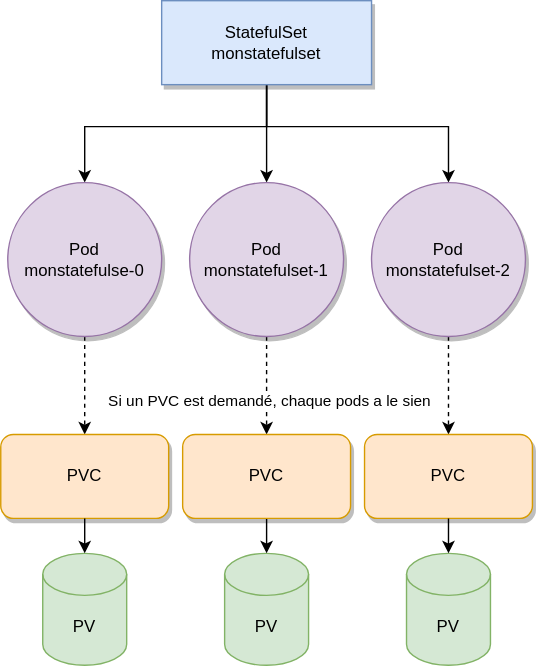
obeyler/Formation-K8S keeps this draw.io diagram as images/statefulset.svg. Above is the earlier version. Source tidied: cells renumbered, new cells last; positions are measured from the earlier drawing's top-left corner, leaving out a move shared by most shapes.
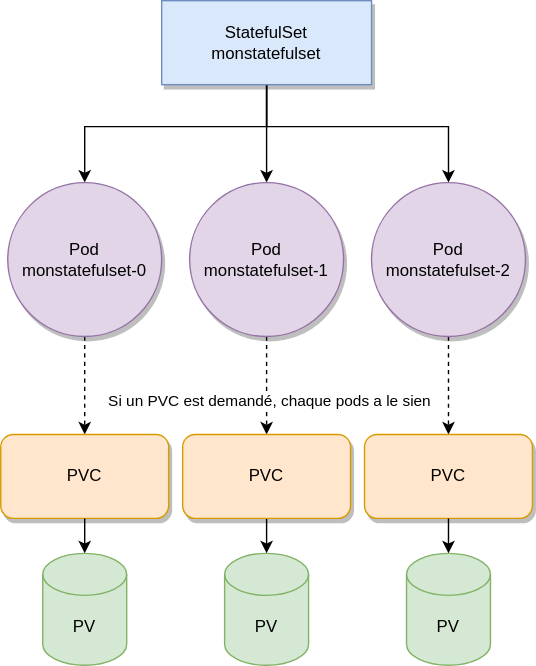
Later version of the same file.

Commit message:
add schema for statefulset

The edit, as a diff of the source:
```diff
@@ -27,7 +27,7 @@
     <mxCell id="6" style="rounded=0;jettySize=auto;html=1;dashed=1;entryX=0.5;entryY=0;entryDx=0;entryDy=0;" parent="1" edge="1" source="7" target="16">
       <mxGeometry relative="1" as="geometry" />
     </mxCell>
-    <mxCell id="7" value="Pod&lt;br&gt;&lt;span style=&quot;color: rgba(0 , 0 , 0 , 0) ; font-family: monospace ; font-size: 0px&quot;&gt;%3CmxGraphModel%3E%3Croot%3E%3CmxCell%20id%3D%220%22%2F%3E%3CmxCell%20id%3D%221%22%20parent%3D%220%22%2F%3E%3CmxCell%20id%3D%222%22%20style%3D%22edgeStyle%3DorthogonalEdgeStyle%3Brounded%3D0%3BorthogonalLoop%3D1%3BjettySize%3Dauto%3Bhtml%3D1%3BexitX%3D0.5%3BexitY%3D1%3BexitDx%3D0%3BexitDy%3D0%3B%22%20edge%3D%221%22%20source%3D%225%22%20target%3D%229%22%20parent%3D%221%22%3E%3CmxGeometry%20relative%3D%221%22%20as%3D%22geometry%22%3E%3CmxPoint%20x%3D%22414%22%20y%3D%22210%22%20as%3D%22sourcePoint%22%2F%3E%3C%2FmxGeometry%3E%3C%2FmxCell%3E%3CmxCell%20id%3D%223%22%20style%3D%22edgeStyle%3DorthogonalEdgeStyle%3Brounded%3D0%3BorthogonalLoop%3D1%3BjettySize%3Dauto%3Bhtml%3D1%3BexitX%3D0.5%3BexitY%3D1%3BexitDx%3D0%3BexitDy%3D0%3BentryX%3D0.5%3BentryY%3D0%3BentryDx%3D0%3BentryDy%3D0%3B%22%20edge%3D%221%22%20source%3D%225%22%20target%3D%2210%22%20parent%3D%221%22%3E%3CmxGeometry%20relative%3D%221%22%20as%3D%22geometry%22%2F%3E%3C%2FmxCell%3E%3CmxCell%20id%3D%224%22%20style%3D%22edgeStyle%3DorthogonalEdgeStyle%3Brounded%3D0%3BorthogonalLoop%3D1%3BjettySize%3Dauto%3Bhtml%3D1%3BentryX%3D0.5%3BentryY%3D0%3BentryDx%3D0%3BentryDy%3D0%3BexitX%3D0.5%3BexitY%3D1%3BexitDx%3D0%3BexitDy%3D0%3B%22%20edge%3D%221%22%20source%3D%225%22%20target%3D%2213%22%20parent%3D%221%22%3E%3CmxGeometry%20relative%3D%221%22%20as%3D%22geometry%22%3E%3CmxPoint%20x%3D%22460%22%20y%3D%22200%22%20as%3D%22sourcePoint%22%2F%3E%3C%2FmxGeometry%3E%3C%2FmxCell%3E%3CmxCell%20id%3D%225%22%20value%3D%22Deployment%26lt%3Bbr%26gt%3Bmondeploiement%22%20style%3D%22rounded%3D0%3BwhiteSpace%3Dwrap%3Bhtml%3D1%3BfillColor%3D%23dae8fc%3BstrokeColor%3D%236c8ebf%3Bshadow%3D1%3B%22%20vertex%3D%221%22%20parent%3D%221%22%3E%3CmxGeometry%20x%3D%22354%22%20y%3D%22110%22%20width%3D%22120%22%20height%3D%2260%22%20as%3D%22geometry%22%2F%3E%3C%2FmxCell%3E%3CmxCell%20id%3D%226%22%20style%3D%22edgeStyle%3DorthogonalEdgeStyle%3Brounded%3D0%3BorthogonalLoop%3D1%3BjettySize%3Dauto%3Bhtml%3D1%3BentryX%3D0.5%3BentryY%3D0%3BentryDx%3D0%3BentryDy%3D0%3B%22%20edge%3D%221%22%20source%3D%229%22%20target%3D%2212%22%20parent%3D%221%22%3E%3CmxGeometry%20relative%3D%221%22%20as%3D%22geometry%22%3E%3CArray%20as%3D%22points%22%3E%3CmxPoint%20x%3D%22245%22%20y%3D%22320%22%2F%3E%3CmxPoint%20x%3D%22115%22%20y%3D%22320%22%2F%3E%3C%2FArray%3E%3C%2FmxGeometry%3E%3C%2FmxCell%3E%3CmxCell%20id%3D%227%22%20style%3D%22edgeStyle%3DorthogonalEdgeStyle%3Brounded%3D0%3BorthogonalLoop%3D1%3BjettySize%3Dauto%3Bhtml%3D1%3BexitX%3D0.5%3BexitY%3D1%3BexitDx%3D0%3BexitDy%3D0%3BentryX%3D0.5%3BentryY%3D0%3BentryDx%3D0%3BentryDy%3D0%3B%22%20edge%3D%221%22%20source%3D%229%22%20target%3D%2216%22%20parent%3D%221%22%3E%3CmxGeometry%20relative%3D%221%22%20as%3D%22geometry%22%2F%3E%3C%2FmxCell%3E%3CmxCell%20id%3D%228%22%20style%3D%22edgeStyle%3DorthogonalEdgeStyle%3Brounded%3D0%3BorthogonalLoop%3D1%3BjettySize%3Dauto%3Bhtml%3D1%3BexitX%3D0.5%3BexitY%3D1%3BexitDx%3D0%3BexitDy%3D0%3BentryX%3D0.5%3BentryY%3D0%3BentryDx%3D0%3BentryDy%3D0%3B%22%20edge%3D%221%22%20source%3D%229%22%20target%3D%2218%22%20parent%3D%221%22%3E%3CmxGeometry%20relative%3D%221%22%20as%3D%22geometry%22%3E%3CArray%20as%3D%22points%22%3E%3CmxPoint%20x%3D%22245%22%20y%3D%22320%22%2F%3E%3CmxPoint%20x%3D%22375%22%20y%3D%22320%22%2F%3E%3C%2FArray%3E%3C%2FmxGeometry%3E%3C%2FmxCell%3E%3CmxCell%20id%3D%229%22%20value%3D%22ReplicaSet%26lt%3Bbr%26gt%3Bmondeploiement-123HJ%22%20style%3D%22rounded%3D1%3BwhiteSpace%3Dwrap%3Bhtml%3D1%3BfillColor%3D%23fff2cc%3BstrokeColor%3D%23d6b656%3Bshadow%3D1%3Bglass%3D0%3B%22%20vertex%3D%221%22%20parent%3D%221%22%3E%3CmxGeometry%20x%3D%22170%22%20y%3D%22230%22%20width%3D%22150%22%20height%3D%2260%22%20as%3D%22geometry%22%2F%3E%3C%2FmxCell%3E%3CmxCell%20id%3D%2210%22%20value%3D%22ReplicaSet%26lt%3Bbr%26gt%3Bmondeploiement-234HC%22%20style%3D%22rounded%3D1%3BwhiteSpace%3Dwrap%3Bhtml%3D1%3BfillColor%3D%23fff2cc%3BstrokeColor%3D%23d6b656%3Bshadow%3D1%3B%22%20vertex%3D%221%22%20parent%3D%221%22%3E%3CmxGeometry%20x%3D%22339%22%20y%3D%22230%22%20width%3D%22150%22%20height%3D%2260%22%20as%3D%22geometry%22%2F%3E%3C%2FmxCell%3E%3CmxCell%20id%3D%2211%22%20style%3D%22rounded%3D0%3BorthogonalLoop%3D1%3BjettySize%3Dauto%3Bhtml%3D1%3Bdashed%3D1%3B%22%20edge%3D%221%22%20source%3D%2212%22%20target%3D%2224%22%20parent%3D%221%22%3E%3CmxGeometry%20relative%3D%221%22%20as%3D%22geometry%22%2F%3E%3C%2FmxCell%3E%3CmxCell%20id%3D%2212%22%20value%3D%22Pod%26lt%3Bbr%26gt%3Bmondeploiement-123HJ-AZ34A%22%20style%3D%22ellipse%3BwhiteSpace%3Dwrap%3Bhtml%3D1%3Baspect%3Dfixed%3BfillColor%3D%23e1d5e7%3BstrokeColor%3D%239673a6%3Bsketch%3D0%3Bshadow%3D1%3B%22%20vertex%3D%221%22%20parent%3D%221%22%3E%3CmxGeometry%20x%3D%2260%22%20y%3D%22360%22%20width%3D%22110%22%20height%3D%22110%22%20as%3D%22geometry%22%2F%3E%3C%2FmxCell%3E%3CmxCell%20id%3D%2213%22%20value%3D%22ReplicaSet%26lt%3Bbr%26gt%3Bmondeploiement-2AZHC%22%20style%3D%22rounded%3D1%3BwhiteSpace%3Dwrap%3Bhtml%3D1%3BfillColor%3D%23fff2cc%3BstrokeColor%3D%23d6b656%3Bshadow%3D1%3B%22%20vertex%3D%221%22%20parent%3D%221%22%3E%3CmxGeometry%20x%3D%22500%22%20y%3D%22230%22%20width%3D%22150%22%20height%3D%2260%22%20as%3D%22geometry%22%2F%3E%3C%2FmxCell%3E%3CmxCell%20id%3D%2214%22%20style%3D%22edgeStyle%3Dnone%3Brounded%3D0%3BorthogonalLoop%3D1%3BjettySize%3Dauto%3Bhtml%3D1%3BentryX%3D0.5%3BentryY%3D0%3BentryDx%3D0%3BentryDy%3D0%3Bdashed%3D1%3B%22%20edge%3D%221%22%20source%3D%2216%22%20target%3D%2224%22%20parent%3D%221%22%3E%3CmxGeometry%20relative%3D%221%22%20as%3D%22geometry%22%2F%3E%3C%2FmxCell%3E%3CmxCell%20id%3D%2215%22%20value%3D%22Si%20un%20PVC%20est%20demand%C3%A9%20tous%20les%20pods%20ont%20le%20m%C3%AAme%22%20style%3D%22edgeLabel%3Bhtml%3D1%3Balign%3Dcenter%3BverticalAlign%3Dmiddle%3Bresizable%3D0%3Bpoints%3D%5B%5D%3B%22%20vertex%3D%221%22%20connectable%3D%220%22%20parent%3D%2214%22%3E%3CmxGeometry%20x%3D%220.2857%22%20relative%3D%221%22%20as%3D%22geometry%22%3E%3CmxPoint%20as%3D%22offset%22%2F%3E%3C%2FmxGeometry%3E%3C%2FmxCell%3E%3CmxCell%20id%3D%2216%22%20value%3D%22Pod%26lt%3Bbr%26gt%3Bmondeploiement-123HJ-ER3ZA%22%20style%3D%22ellipse%3BwhiteSpace%3Dwrap%3Bhtml%3D1%3Baspect%3Dfixed%3BfillColor%3D%23e1d5e7%3BstrokeColor%3D%239673a6%3Bshadow%3D1%3B%22%20vertex%3D%221%22%20parent%3D%221%22%3E%3CmxGeometry%20x%3D%22190%22%20y%3D%22360%22%20width%3D%22110%22%20height%3D%22110%22%20as%3D%22geometry%22%2F%3E%3C%2FmxCell%3E%3CmxCell%20id%3D%2217%22%20style%3D%22edgeStyle%3Dnone%3Brounded%3D0%3BorthogonalLoop%3D1%3BjettySize%3Dauto%3Bhtml%3D1%3BentryX%3D0.75%3BentryY%3D0%3BentryDx%3D0%3BentryDy%3D0%3Bdashed%3D1%3B%22%20edge%3D%221%22%20source%3D%2218%22%20target%3D%2224%22%20parent%3D%221%22%3E%3CmxGeometry%20relative%3D%221%22%20as%3D%22geometry%22%2F%3E%3C%2FmxCell%3E%3CmxCell%20id%3D%2218%22%20value%3D%22Pod%26lt%3Bbr%26gt%3Bmondeploiement-123HJ-QSD31%22%20style%3D%22ellipse%3BwhiteSpace%3Dwrap%3Bhtml%3D1%3Baspect%3Dfixed%3BfillColor%3D%23e1d5e7%3BstrokeColor%3D%239673a6%3Bshadow%3D1%3B%22%20vertex%3D%221%22%20parent%3D%221%22%3E%3CmxGeometry%20x%3D%22320%22%20y%3D%22360%22%20width%3D%22110%22%20height%3D%22110%22%20as%3D%22geometry%22%2F%3E%3C%2FmxCell%3E%3CmxCell%20id%3D%2219%22%20value%3D%22Revision-3%22%20style%3D%22text%3Bhtml%3D1%3BstrokeColor%3Dnone%3BfillColor%3Dnone%3Balign%3Dcenter%3BverticalAlign%3Dmiddle%3BwhiteSpace%3Dwrap%3Brounded%3D0%3B%22%20vertex%3D%221%22%20parent%3D%221%22%3E%3CmxGeometry%20x%3D%22260%22%20y%3D%22270%22%20width%3D%2260%22%20height%3D%2230%22%20as%3D%22geometry%22%2F%3E%3C%2FmxCell%3E%3CmxCell%20id%3D%2220%22%20value%3D%22Revision-2%22%20style%3D%22text%3Bhtml%3D1%3BstrokeColor%3Dnone%3BfillColor%3Dnone%3Balign%3Dcenter%3BverticalAlign%3Dmiddle%3BwhiteSpace%3Dwrap%3Brounded%3D0%3B%22%20vertex%3D%221%22%20parent%3D%221%22%3E%3CmxGeometry%20x%3D%22429%22%20y%3D%22270%22%20width%3D%2260%22%20height%3D%2230%22%20as%3D%22geometry%22%2F%3E%3C%2FmxCell%3E%3CmxCell%20id%3D%2221%22%20value%3D%22Revision-1%22%20style%3D%22text%3Bhtml%3D1%3BstrokeColor%3Dnone%3BfillColor%3Dnone%3Balign%3Dcenter%3BverticalAlign%3Dmiddle%3BwhiteSpace%3Dwrap%3Brounded%3D0%3B%22%20vertex%3D%221%22%20parent%3D%221%22%3E%3CmxGeometry%20x%3D%22590%22%20y%3D%22270%22%20width%3D%2260%22%20height%3D%2230%22%20as%3D%22geometry%22%2F%3E%3C%2FmxCell%3E%3CmxCell%20id%3D%2222%22%20value%3D%22PV%22%20style%3D%22shape%3Dcylinder3%3BwhiteSpace%3Dwrap%3Bhtml%3D1%3BboundedLbl%3D1%3BbackgroundOutline%3D1%3Bsize%3D15%3BfillColor%3D%23d5e8d4%3BstrokeColor%3D%2382b366%3B%22%20vertex%3D%221%22%20parent%3D%221%22%3E%3CmxGeometry%20x%3D%22215%22%20y%3D%22625%22%20width%3D%2260%22%20height%3D%2280%22%20as%3D%22geometry%22%2F%3E%3C%2FmxCell%3E%3CmxCell%20id%3D%2223%22%20style%3D%22edgeStyle%3DorthogonalEdgeStyle%3Brounded%3D0%3BorthogonalLoop%3D1%3BjettySize%3Dauto%3Bhtml%3D1%3BexitX%3D0.5%3BexitY%3D1%3BexitDx%3D0%3BexitDy%3D0%3B%22%20edge%3D%221%22%20source%3D%2224%22%20target%3D%2222%22%20parent%3D%221%22%3E%3CmxGeometry%20relative%3D%221%22%20as%3D%22geometry%22%2F%3E%3C%2FmxCell%3E%3CmxCell%20id%3D%2224%22%20value%3D%22PVC%22%20style%3D%22rounded%3D1%3BwhiteSpace%3Dwrap%3Bhtml%3D1%3BfillColor%3D%23ffe6cc%3BstrokeColor%3D%23d79b00%3Bshadow%3D1%3B%22%20vertex%3D%221%22%20parent%3D%221%22%3E%3CmxGeometry%20x%3D%22185%22%20y%3D%22540%22%20width%3D%22120%22%20height%3D%2260%22%20as%3D%22geometry%22%2F%3E%3C%2FmxCell%3E%3C%2Froot%3E%3C%2FmxGraphModel%3E&lt;/span&gt;monstatefulse-0" style="ellipse;whiteSpace=wrap;html=1;fillColor=#e1d5e7;strokeColor=#9673a6;sketch=0;shadow=1;" parent="1" vertex="1">
+    <mxCell id="7" value="Pod&lt;br&gt;&lt;span style=&quot;color: rgba(0 , 0 , 0 , 0) ; font-family: monospace ; font-size: 0px&quot;&gt;%3CmxGraphModel%3E%3Croot%3E%3CmxCell%20id%3D%220%22%2F%3E%3CmxCell%20id%3D%221%22%20parent%3D%220%22%2F%3E%3CmxCell%20id%3D%222%22%20style%3D%22edgeStyle%3DorthogonalEdgeStyle%3Brounded%3D0%3BorthogonalLoop%3D1%3BjettySize%3Dauto%3Bhtml%3D1%3BexitX%3D0.5%3BexitY%3D1%3BexitDx%3D0%3BexitDy%3D0%3B%22%20edge%3D%221%22%20source%3D%225%22%20target%3D%229%22%20parent%3D%221%22%3E%3CmxGeometry%20relative%3D%221%22%20as%3D%22geometry%22%3E%3CmxPoint%20x%3D%22414%22%20y%3D%22210%22%20as%3D%22sourcePoint%22%2F%3E%3C%2FmxGeometry%3E%3C%2FmxCell%3E%3CmxCell%20id%3D%223%22%20style%3D%22edgeStyle%3DorthogonalEdgeStyle%3Brounded%3D0%3BorthogonalLoop%3D1%3BjettySize%3Dauto%3Bhtml%3D1%3BexitX%3D0.5%3BexitY%3D1%3BexitDx%3D0%3BexitDy%3D0%3BentryX%3D0.5%3BentryY%3D0%3BentryDx%3D0%3BentryDy%3D0%3B%22%20edge%3D%221%22%20source%3D%225%22%20target%3D%2210%22%20parent%3D%221%22%3E%3CmxGeometry%20relative%3D%221%22%20as%3D%22geometry%22%2F%3E%3C%2FmxCell%3E%3CmxCell%20id%3D%224%22%20style%3D%22edgeStyle%3DorthogonalEdgeStyle%3Brounded%3D0%3BorthogonalLoop%3D1%3BjettySize%3Dauto%3Bhtml%3D1%3BentryX%3D0.5%3BentryY%3D0%3BentryDx%3D0%3BentryDy%3D0%3BexitX%3D0.5%3BexitY%3D1%3BexitDx%3D0%3BexitDy%3D0%3B%22%20edge%3D%221%22%20source%3D%225%22%20target%3D%2213%22%20parent%3D%221%22%3E%3CmxGeometry%20relative%3D%221%22%20as%3D%22geometry%22%3E%3CmxPoint%20x%3D%22460%22%20y%3D%22200%22%20as%3D%22sourcePoint%22%2F%3E%3C%2FmxGeometry%3E%3C%2FmxCell%3E%3CmxCell%20id%3D%225%22%20value%3D%22Deployment%26lt%3Bbr%26gt%3Bmondeploiement%22%20style%3D%22rounded%3D0%3BwhiteSpace%3Dwrap%3Bhtml%3D1%3BfillColor%3D%23dae8fc%3BstrokeColor%3D%236c8ebf%3Bshadow%3D1%3B%22%20vertex%3D%221%22%20parent%3D%221%22%3E%3CmxGeometry%20x%3D%22354%22%20y%3D%22110%22%20width%3D%22120%22%20height%3D%2260%22%20as%3D%22geometry%22%2F%3E%3C%2FmxCell%3E%3CmxCell%20id%3D%226%22%20style%3D%22edgeStyle%3DorthogonalEdgeStyle%3Brounded%3D0%3BorthogonalLoop%3D1%3BjettySize%3Dauto%3Bhtml%3D1%3BentryX%3D0.5%3BentryY%3D0%3BentryDx%3D0%3BentryDy%3D0%3B%22%20edge%3D%221%22%20source%3D%229%22%20target%3D%2212%22%20parent%3D%221%22%3E%3CmxGeometry%20relative%3D%221%22%20as%3D%22geometry%22%3E%3CArray%20as%3D%22points%22%3E%3CmxPoint%20x%3D%22245%22%20y%3D%22320%22%2F%3E%3CmxPoint%20x%3D%22115%22%20y%3D%22320%22%2F%3E%3C%2FArray%3E%3C%2FmxGeometry%3E%3C%2FmxCell%3E%3CmxCell%20id%3D%227%22%20style%3D%22edgeStyle%3DorthogonalEdgeStyle%3Brounded%3D0%3BorthogonalLoop%3D1%3BjettySize%3Dauto%3Bhtml%3D1%3BexitX%3D0.5%3BexitY%3D1%3BexitDx%3D0%3BexitDy%3D0%3BentryX%3D0.5%3BentryY%3D0%3BentryDx%3D0%3BentryDy%3D0%3B%22%20edge%3D%221%22%20source%3D%229%22%20target%3D%2216%22%20parent%3D%221%22%3E%3CmxGeometry%20relative%3D%221%22%20as%3D%22geometry%22%2F%3E%3C%2FmxCell%3E%3CmxCell%20id%3D%228%22%20style%3D%22edgeStyle%3DorthogonalEdgeStyle%3Brounded%3D0%3BorthogonalLoop%3D1%3BjettySize%3Dauto%3Bhtml%3D1%3BexitX%3D0.5%3BexitY%3D1%3BexitDx%3D0%3BexitDy%3D0%3BentryX%3D0.5%3BentryY%3D0%3BentryDx%3D0%3BentryDy%3D0%3B%22%20edge%3D%221%22%20source%3D%229%22%20target%3D%2218%22%20parent%3D%221%22%3E%3CmxGeometry%20relative%3D%221%22%20as%3D%22geometry%22%3E%3CArray%20as%3D%22points%22%3E%3CmxPoint%20x%3D%22245%22%20y%3D%22320%22%2F%3E%3CmxPoint%20x%3D%22375%22%20y%3D%22320%22%2F%3E%3C%2FArray%3E%3C%2FmxGeometry%3E%3C%2FmxCell%3E%3CmxCell%20id%3D%229%22%20value%3D%22ReplicaSet%26lt%3Bbr%26gt%3Bmondeploiement-123HJ%22%20style%3D%22rounded%3D1%3BwhiteSpace%3Dwrap%3Bhtml%3D1%3BfillColor%3D%23fff2cc%3BstrokeColor%3D%23d6b656%3Bshadow%3D1%3Bglass%3D0%3B%22%20vertex%3D%221%22%20parent%3D%221%22%3E%3CmxGeometry%20x%3D%22170%22%20y%3D%22230%22%20width%3D%22150%22%20height%3D%2260%22%20as%3D%22geometry%22%2F%3E%3C%2FmxCell%3E%3CmxCell%20id%3D%2210%22%20value%3D%22ReplicaSet%26lt%3Bbr%26gt%3Bmondeploiement-234HC%22%20style%3D%22rounded%3D1%3BwhiteSpace%3Dwrap%3Bhtml%3D1%3BfillColor%3D%23fff2cc%3BstrokeColor%3D%23d6b656%3Bshadow%3D1%3B%22%20vertex%3D%221%22%20parent%3D%221%22%3E%3CmxGeometry%20x%3D%22339%22%20y%3D%22230%22%20width%3D%22150%22%20height%3D%2260%22%20as%3D%22geometry%22%2F%3E%3C%2FmxCell%3E%3CmxCell%20id%3D%2211%22%20style%3D%22rounded%3D0%3BorthogonalLoop%3D1%3BjettySize%3Dauto%3Bhtml%3D1%3Bdashed%3D1%3B%22%20edge%3D%221%22%20source%3D%2212%22%20target%3D%2224%22%20parent%3D%221%22%3E%3CmxGeometry%20relative%3D%221%22%20as%3D%22geometry%22%2F%3E%3C%2FmxCell%3E%3CmxCell%20id%3D%2212%22%20value%3D%22Pod%26lt%3Bbr%26gt%3Bmondeploiement-123HJ-AZ34A%22%20style%3D%22ellipse%3BwhiteSpace%3Dwrap%3Bhtml%3D1%3Baspect%3Dfixed%3BfillColor%3D%23e1d5e7%3BstrokeColor%3D%239673a6%3Bsketch%3D0%3Bshadow%3D1%3B%22%20vertex%3D%221%22%20parent%3D%221%22%3E%3CmxGeometry%20x%3D%2260%22%20y%3D%22360%22%20width%3D%22110%22%20height%3D%22110%22%20as%3D%22geometry%22%2F%3E%3C%2FmxCell%3E%3CmxCell%20id%3D%2213%22%20value%3D%22ReplicaSet%26lt%3Bbr%26gt%3Bmondeploiement-2AZHC%22%20style%3D%22rounded%3D1%3BwhiteSpace%3Dwrap%3Bhtml%3D1%3BfillColor%3D%23fff2cc%3BstrokeColor%3D%23d6b656%3Bshadow%3D1%3B%22%20vertex%3D%221%22%20parent%3D%221%22%3E%3CmxGeometry%20x%3D%22500%22%20y%3D%22230%22%20width%3D%22150%22%20height%3D%2260%22%20as%3D%22geometry%22%2F%3E%3C%2FmxCell%3E%3CmxCell%20id%3D%2214%22%20style%3D%22edgeStyle%3Dnone%3Brounded%3D0%3BorthogonalLoop%3D1%3BjettySize%3Dauto%3Bhtml%3D1%3BentryX%3D0.5%3BentryY%3D0%3BentryDx%3D0%3BentryDy%3D0%3Bdashed%3D1%3B%22%20edge%3D%221%22%20source%3D%2216%22%20target%3D%2224%22%20parent%3D%221%22%3E%3CmxGeometry%20relative%3D%221%22%20as%3D%22geometry%22%2F%3E%3C%2FmxCell%3E%3CmxCell%20id%3D%2215%22%20value%3D%22Si%20un%20PVC%20est%20demand%C3%A9%20tous%20les%20pods%20ont%20le%20m%C3%AAme%22%20style%3D%22edgeLabel%3Bhtml%3D1%3Balign%3Dcenter%3BverticalAlign%3Dmiddle%3Bresizable%3D0%3Bpoints%3D%5B%5D%3B%22%20vertex%3D%221%22%20connectable%3D%220%22%20parent%3D%2214%22%3E%3CmxGeometry%20x%3D%220.2857%22%20relative%3D%221%22%20as%3D%22geometry%22%3E%3CmxPoint%20as%3D%22offset%22%2F%3E%3C%2FmxGeometry%3E%3C%2FmxCell%3E%3CmxCell%20id%3D%2216%22%20value%3D%22Pod%26lt%3Bbr%26gt%3Bmondeploiement-123HJ-ER3ZA%22%20style%3D%22ellipse%3BwhiteSpace%3Dwrap%3Bhtml%3D1%3Baspect%3Dfixed%3BfillColor%3D%23e1d5e7%3BstrokeColor%3D%239673a6%3Bshadow%3D1%3B%22%20vertex%3D%221%22%20parent%3D%221%22%3E%3CmxGeometry%20x%3D%22190%22%20y%3D%22360%22%20width%3D%22110%22%20height%3D%22110%22%20as%3D%22geometry%22%2F%3E%3C%2FmxCell%3E%3CmxCell%20id%3D%2217%22%20style%3D%22edgeStyle%3Dnone%3Brounded%3D0%3BorthogonalLoop%3D1%3BjettySize%3Dauto%3Bhtml%3D1%3BentryX%3D0.75%3BentryY%3D0%3BentryDx%3D0%3BentryDy%3D0%3Bdashed%3D1%3B%22%20edge%3D%221%22%20source%3D%2218%22%20target%3D%2224%22%20parent%3D%221%22%3E%3CmxGeometry%20relative%3D%221%22%20as%3D%22geometry%22%2F%3E%3C%2FmxCell%3E%3CmxCell%20id%3D%2218%22%20value%3D%22Pod%26lt%3Bbr%26gt%3Bmondeploiement-123HJ-QSD31%22%20style%3D%22ellipse%3BwhiteSpace%3Dwrap%3Bhtml%3D1%3Baspect%3Dfixed%3BfillColor%3D%23e1d5e7%3BstrokeColor%3D%239673a6%3Bshadow%3D1%3B%22%20vertex%3D%221%22%20parent%3D%221%22%3E%3CmxGeometry%20x%3D%22320%22%20y%3D%22360%22%20width%3D%22110%22%20height%3D%22110%22%20as%3D%22geometry%22%2F%3E%3C%2FmxCell%3E%3CmxCell%20id%3D%2219%22%20value%3D%22Revision-3%22%20style%3D%22text%3Bhtml%3D1%3BstrokeColor%3Dnone%3BfillColor%3Dnone%3Balign%3Dcenter%3BverticalAlign%3Dmiddle%3BwhiteSpace%3Dwrap%3Brounded%3D0%3B%22%20vertex%3D%221%22%20parent%3D%221%22%3E%3CmxGeometry%20x%3D%22260%22%20y%3D%22270%22%20width%3D%2260%22%20height%3D%2230%22%20as%3D%22geometry%22%2F%3E%3C%2FmxCell%3E%3CmxCell%20id%3D%2220%22%20value%3D%22Revision-2%22%20style%3D%22text%3Bhtml%3D1%3BstrokeColor%3Dnone%3BfillColor%3Dnone%3Balign%3Dcenter%3BverticalAlign%3Dmiddle%3BwhiteSpace%3Dwrap%3Brounded%3D0%3B%22%20vertex%3D%221%22%20parent%3D%221%22%3E%3CmxGeometry%20x%3D%22429%22%20y%3D%22270%22%20width%3D%2260%22%20height%3D%2230%22%20as%3D%22geometry%22%2F%3E%3C%2FmxCell%3E%3CmxCell%20id%3D%2221%22%20value%3D%22Revision-1%22%20style%3D%22text%3Bhtml%3D1%3BstrokeColor%3Dnone%3BfillColor%3Dnone%3Balign%3Dcenter%3BverticalAlign%3Dmiddle%3BwhiteSpace%3Dwrap%3Brounded%3D0%3B%22%20vertex%3D%221%22%20parent%3D%221%22%3E%3CmxGeometry%20x%3D%22590%22%20y%3D%22270%22%20width%3D%2260%22%20height%3D%2230%22%20as%3D%22geometry%22%2F%3E%3C%2FmxCell%3E%3CmxCell%20id%3D%2222%22%20value%3D%22PV%22%20style%3D%22shape%3Dcylinder3%3BwhiteSpace%3Dwrap%3Bhtml%3D1%3BboundedLbl%3D1%3BbackgroundOutline%3D1%3Bsize%3D15%3BfillColor%3D%23d5e8d4%3BstrokeColor%3D%2382b366%3B%22%20vertex%3D%221%22%20parent%3D%221%22%3E%3CmxGeometry%20x%3D%22215%22%20y%3D%22625%22%20width%3D%2260%22%20height%3D%2280%22%20as%3D%22geometry%22%2F%3E%3C%2FmxCell%3E%3CmxCell%20id%3D%2223%22%20style%3D%22edgeStyle%3DorthogonalEdgeStyle%3Brounded%3D0%3BorthogonalLoop%3D1%3BjettySize%3Dauto%3Bhtml%3D1%3BexitX%3D0.5%3BexitY%3D1%3BexitDx%3D0%3BexitDy%3D0%3B%22%20edge%3D%221%22%20source%3D%2224%22%20target%3D%2222%22%20parent%3D%221%22%3E%3CmxGeometry%20relative%3D%221%22%20as%3D%22geometry%22%2F%3E%3C%2FmxCell%3E%3CmxCell%20id%3D%2224%22%20value%3D%22PVC%22%20style%3D%22rounded%3D1%3BwhiteSpace%3Dwrap%3Bhtml%3D1%3BfillColor%3D%23ffe6cc%3BstrokeColor%3D%23d79b00%3Bshadow%3D1%3B%22%20vertex%3D%221%22%20parent%3D%221%22%3E%3CmxGeometry%20x%3D%22185%22%20y%3D%22540%22%20width%3D%22120%22%20height%3D%2260%22%20as%3D%22geometry%22%2F%3E%3C%2FmxCell%3E%3C%2Froot%3E%3C%2FmxGraphModel%3E&lt;/span&gt;monstatefulset-0" style="ellipse;whiteSpace=wrap;html=1;fillColor=#e1d5e7;strokeColor=#9673a6;sketch=0;shadow=1;" parent="1" vertex="1">
       <mxGeometry x="5" y="130" width="110" height="110" as="geometry" />
     </mxCell>
     <mxCell id="8" style="edgeStyle=none;rounded=0;jettySize=auto;html=1;entryX=0.5;entryY=0;entryDx=0;entryDy=0;dashed=1;" parent="1" edge="1" source="10" target="15">
```
